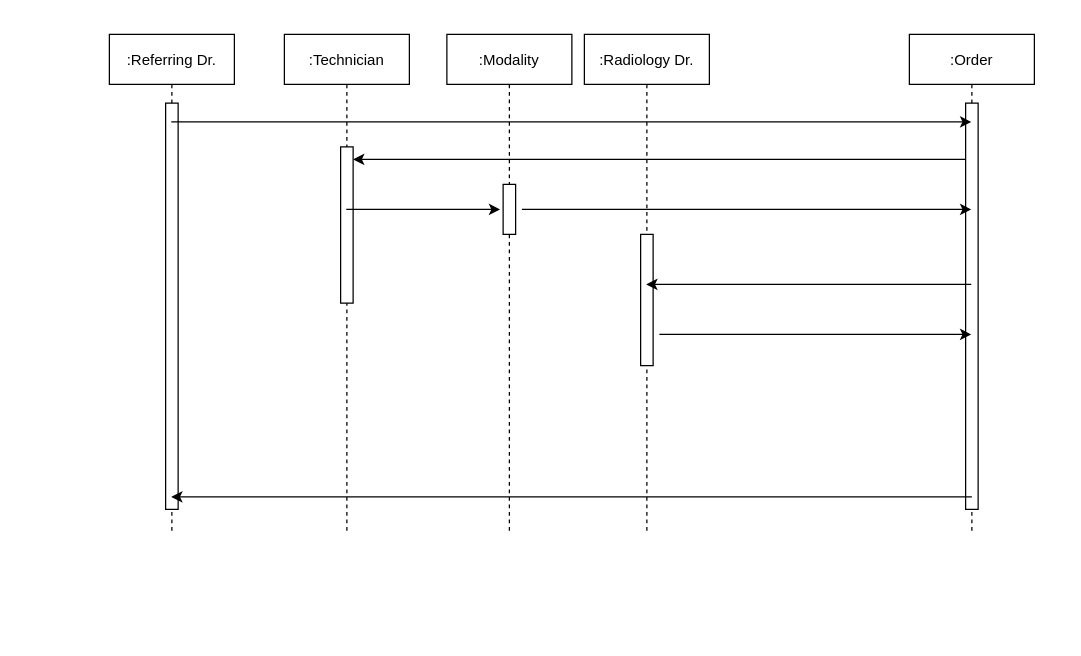
Earlier version of the draw.io diagram dev/Order_Flow.drawio (ajfurey/illustris). Source tidied: cells renumbered, new cells numbered last; positions are measured from the earlier drawing's top-left corner, leaving out a move shared by most shapes. Both pictures are drawn from the tidied source at 125%, with x=0, y=0 at pixel (109, 34).
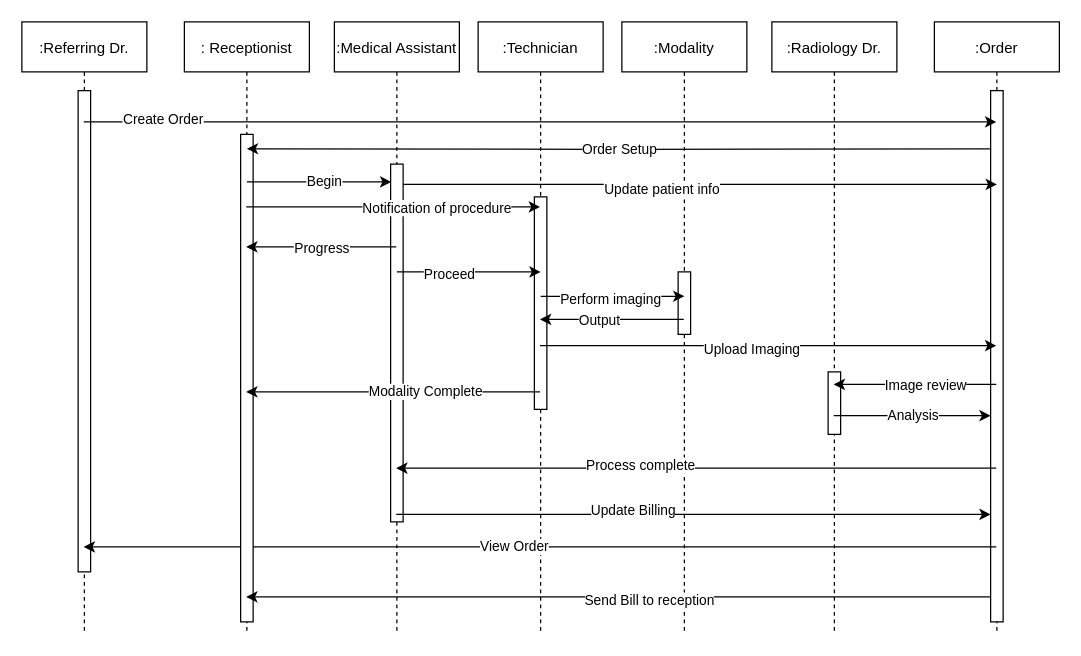
After the change.

The change refers to these unchanged cells:
```xml
<mxCell id="17" style="endArrow=classic;html=1;" parent="1" edge="1" source="2" target="4">
  <mxGeometry relative="1" as="geometry">
    <Array as="points">
      <mxPoint x="370" y="70" />
    </Array>
  </mxGeometry>
</mxCell>
```

Diff of the diagram source:
```diff
@@
     <mxCell id="2" value=":Referring Dr." style="shape=umlLifeline;perimeter=lifelinePerimeter;rounded=0;shadow=0;strokeWidth=1;" parent="1" vertex="1">
-      <mxGeometry width="100" height="400" as="geometry" />
+      <mxGeometry x="-70" y="-10" width="100" height="490" as="geometry" />
     </mxCell>
     <mxCell id="3" style="perimeter=orthogonalPerimeter;rounded=0;shadow=0;strokeWidth=1;" parent="2" vertex="1">
-      <mxGeometry x="45" y="55" width="10" height="325" as="geometry" />
+      <mxGeometry x="45" y="55" width="10" height="385" as="geometry" />
     </mxCell>
     <mxCell id="4" value=":Order" style="shape=umlLifeline;perimeter=lifelinePerimeter;rounded=0;shadow=0;strokeWidth=1;" parent="1" vertex="1">
-      <mxGeometry x="640" width="100" height="400" as="geometry" />
+      <mxGeometry x="660" y="-10" width="100" height="490" as="geometry" />
     </mxCell>
     <mxCell id="5" style="points=[];perimeter=orthogonalPerimeter;rounded=0;shadow=0;strokeWidth=1;" parent="4" vertex="1">
-      <mxGeometry x="45" y="55" width="10" height="325" as="geometry" />
+      <mxGeometry x="45" y="55" width="10" height="425" as="geometry" />
     </mxCell>
     <mxCell id="6" value=":Radiology Dr." style="shape=umlLifeline;perimeter=lifelinePerimeter;rounded=0;shadow=0;strokeWidth=1;" parent="1" vertex="1">
-      <mxGeometry x="380" width="100" height="400" as="geometry" />
+      <mxGeometry x="530" y="-10" width="100" height="490" as="geometry" />
     </mxCell>
     <mxCell id="7" style="perimeter=orthogonalPerimeter;rounded=0;shadow=0;strokeWidth=1;" parent="6" vertex="1">
-      <mxGeometry x="45" y="160" width="10" height="105" as="geometry" />
+      <mxGeometry x="45" y="280" width="10" height="50" as="geometry" />
     </mxCell>
     <mxCell id="8" value=":Technician" style="shape=umlLifeline;perimeter=lifelinePerimeter;rounded=0;shadow=0;strokeWidth=1;" parent="1" vertex="1">
-      <mxGeometry x="140" width="100" height="400" as="geometry" />
+      <mxGeometry x="295" y="-10" width="100" height="490" as="geometry" />
     </mxCell>
     <mxCell id="9" style="perimeter=orthogonalPerimeter;rounded=0;shadow=0;strokeWidth=1;" parent="8" vertex="1">
-      <mxGeometry x="45" y="90" width="10" height="125" as="geometry" />
+      <mxGeometry x="45" y="140" width="10" height="170" as="geometry" />
     </mxCell>
-    <mxCell id="10" style="endArrow=classic;html=1;" parent="1" edge="1" target="2">
+    <mxCell id="10" style="endArrow=classic;html=1;" parent="1" edge="1" source="4" target="2">
       <mxGeometry relative="1" as="geometry">
-        <mxPoint x="690" y="370" as="sourcePoint" />
+        <Array as="points">
+          <mxPoint x="40" y="410" />
+        </Array>
       </mxGeometry>
     </mxCell>
-    <mxCell id="11" style="endArrow=classic;html=1;" parent="1" edge="1">
-      <mxGeometry relative="1" as="geometry">
-        <mxPoint x="685" y="100" as="sourcePoint" />
-        <mxPoint x="195" y="100" as="targetPoint" />
-      </mxGeometry>
-    </mxCell>
+    <mxCell id="19" value="View Order" style="edgeLabel;html=1;align=center;verticalAlign=middle;" parent="10" vertex="1">
+      <mxGeometry x="0.06" y="-1" relative="1" as="geometry">
+        <mxPoint x="1" as="offset" />
+      </mxGeometry>
+    </mxCell>
     <mxCell id="12" value=":Modality" style="shape=umlLifeline;perimeter=lifelinePerimeter;rounded=0;shadow=0;strokeWidth=1;" parent="1" vertex="1">
-      <mxGeometry x="270" width="100" height="400" as="geometry" />
+      <mxGeometry x="410" y="-10" width="100" height="490" as="geometry" />
     </mxCell>
     <mxCell id="13" style="perimeter=orthogonalPerimeter;rounded=0;shadow=0;strokeWidth=1;" parent="12" vertex="1">
-      <mxGeometry x="45" y="120" width="10" height="40" as="geometry" />
+      <mxGeometry x="45" y="200" width="10" height="50" as="geometry" />
     </mxCell>
-    <mxCell id="14" style="endArrow=classic;html=1;entryX=-0.24;entryY=0.235;entryDx=0;entryDy=0;entryPerimeter=0;" parent="1" edge="1">
-      <mxGeometry relative="1" as="geometry">
-        <mxPoint x="189.5" y="140" as="sourcePoint" />
-        <mxPoint x="312.6" y="140" as="targetPoint" />
-      </mxGeometry>
-    </mxCell>
-    <mxCell id="15" style="endArrow=classic;html=1;" parent="1" edge="1" target="4">
-      <mxGeometry relative="1" as="geometry">
-        <mxPoint x="330" y="140" as="sourcePoint" />
-      </mxGeometry>
-    </mxCell>
-    <mxCell id="16" style="endArrow=classic;html=1;" parent="1" edge="1" source="4" target="6">
-      <mxGeometry relative="1" as="geometry" />
+    <mxCell id="16" style="endArrow=classic;html=1;" parent="1" edge="1">
+      <mxGeometry relative="1" as="geometry">
+        <mxPoint x="709.5" y="280" as="sourcePoint" />
+        <mxPoint x="579.5" y="280" as="targetPoint" />
+      </mxGeometry>
     </mxCell>
+    <mxCell id="20" value="Image review" style="edgeLabel;html=1;align=center;verticalAlign=middle;" parent="16" vertex="1">
+      <mxGeometry x="-0.13" relative="1" as="geometry" />
+    </mxCell>
@@
-    <mxCell id="18" style="endArrow=classic;html=1;" parent="1" edge="1" target="4">
-      <mxGeometry relative="1" as="geometry">
-        <mxPoint x="440" y="240" as="sourcePoint" />
-      </mxGeometry>
-    </mxCell>
+    <mxCell id="21" value="Create Order" style="edgeLabel;html=1;align=center;verticalAlign=middle;" parent="17" vertex="1">
+      <mxGeometry x="-0.83" y="3" relative="1" as="geometry">
+        <mxPoint x="1" as="offset" />
+      </mxGeometry>
+    </mxCell>
+    <mxCell id="22" value=": Receptionist" style="shape=umlLifeline;perimeter=lifelinePerimeter;rounded=0;shadow=0;strokeWidth=1;" parent="1" vertex="1">
+      <mxGeometry x="60" y="-10" width="100" height="490" as="geometry" />
+    </mxCell>
+    <mxCell id="23" style="perimeter=orthogonalPerimeter;rounded=0;shadow=0;strokeWidth=1;" parent="22" vertex="1">
+      <mxGeometry x="45" y="90" width="10" height="390" as="geometry" />
+    </mxCell>
+    <mxCell id="24" value="Order Setup" style="endArrow=classic;html=1;" parent="1" edge="1">
+      <mxGeometry relative="1" as="geometry">
+        <mxPoint x="705.5" y="91.5" as="sourcePoint" />
+        <mxPoint x="110" y="91.5" as="targetPoint" />
+        <Array as="points">
+          <mxPoint x="410" y="92" />
+        </Array>
+      </mxGeometry>
+    </mxCell>
+    <mxCell id="25" style="endArrow=classic;html=1;" parent="1" edge="1">
+      <mxGeometry relative="1" as="geometry">
+        <mxPoint x="110" y="118" as="sourcePoint" />
+        <mxPoint x="225.5" y="118" as="targetPoint" />
+        <Array as="points">
+          <mxPoint x="160" y="118" />
+        </Array>
+      </mxGeometry>
+    </mxCell>
+    <mxCell id="26" value="Begin" style="edgeLabel;html=1;align=center;verticalAlign=middle;" parent="25" vertex="1">
+      <mxGeometry x="0.06" y="1" relative="1" as="geometry" />
+    </mxCell>
+    <mxCell id="27" style="endArrow=classic;html=1;" parent="1" edge="1">
+      <mxGeometry relative="1" as="geometry">
+        <mxPoint x="230" y="120" as="sourcePoint" />
+        <mxPoint x="710" y="120" as="targetPoint" />
+      </mxGeometry>
+    </mxCell>
+    <mxCell id="28" value="Update patient info" style="edgeLabel;html=1;align=center;verticalAlign=middle;" parent="27" vertex="1">
+      <mxGeometry x="-0.12" y="-3" relative="1" as="geometry" />
+    </mxCell>
+    <mxCell id="29" value=":Medical Assistant" style="shape=umlLifeline;perimeter=lifelinePerimeter;rounded=0;shadow=0;strokeWidth=1;" parent="1" vertex="1">
+      <mxGeometry x="180" y="-10" width="100" height="490" as="geometry" />
+    </mxCell>
+    <mxCell id="30" style="perimeter=orthogonalPerimeter;rounded=0;shadow=0;strokeWidth=1;" parent="29" vertex="1">
+      <mxGeometry x="45" y="113.8" width="10" height="286.2" as="geometry" />
+    </mxCell>
+    <mxCell id="31" style="endArrow=classic;html=1;" parent="1" edge="1" source="5" target="22">
+      <mxGeometry relative="1" as="geometry">
+        <Array as="points">
+          <mxPoint x="410" y="450" />
+        </Array>
+      </mxGeometry>
+    </mxCell>
+    <mxCell id="32" value="Send Bill to reception" style="edgeLabel;html=1;align=center;verticalAlign=middle;" parent="31" vertex="1">
+      <mxGeometry x="-0.08" y="2" relative="1" as="geometry" />
+    </mxCell>
+    <mxCell id="33" style="endArrow=classic;html=1;edgeStyle=orthogonalEdgeStyle;curved=1;" parent="1" edge="1">
+      <mxGeometry relative="1" as="geometry">
+        <mxPoint x="229.5" y="170" as="sourcePoint" />
+        <mxPoint x="109.5" y="170" as="targetPoint" />
+      </mxGeometry>
+    </mxCell>
+    <mxCell id="34" value="Progress" style="edgeLabel;html=1;align=center;verticalAlign=middle;" parent="33" vertex="1">
+      <mxGeometry x="-0.24" y="-1" relative="1" as="geometry">
+        <mxPoint x="-14.5" y="1" as="offset" />
+      </mxGeometry>
+    </mxCell>
+    <mxCell id="35" style="endArrow=classic;html=1;" parent="1" edge="1">
+      <mxGeometry relative="1" as="geometry">
+        <mxPoint x="230" y="190" as="sourcePoint" />
+        <mxPoint x="345" y="190" as="targetPoint" />
+      </mxGeometry>
+    </mxCell>
+    <mxCell id="36" value="Proceed" style="edgeLabel;html=1;align=center;verticalAlign=middle;" parent="35" vertex="1">
+      <mxGeometry x="-0.3" y="-1" relative="1" as="geometry">
+        <mxPoint x="1" as="offset" />
+      </mxGeometry>
+    </mxCell>
+    <mxCell id="37" style="endArrow=classic;html=1;" parent="1" edge="1">
+      <mxGeometry relative="1" as="geometry">
+        <mxPoint x="345" y="209.5" as="sourcePoint" />
+        <mxPoint x="460" y="209.5" as="targetPoint" />
+        <Array as="points">
+          <mxPoint x="400.5" y="209.5" />
+        </Array>
+      </mxGeometry>
+    </mxCell>
+    <mxCell id="38" value="Perform imaging" style="edgeLabel;html=1;align=center;verticalAlign=middle;" parent="37" vertex="1">
+      <mxGeometry x="0.3" y="-2" relative="1" as="geometry">
+        <mxPoint x="-19.5" y="-0.5" as="offset" />
+      </mxGeometry>
+    </mxCell>
+    <mxCell id="39" style="endArrow=classic;html=1;" parent="1" edge="1">
+      <mxGeometry relative="1" as="geometry">
+        <mxPoint x="709.5" y="347" as="sourcePoint" />
+        <mxPoint x="229.5" y="347" as="targetPoint" />
+      </mxGeometry>
+    </mxCell>
+    <mxCell id="40" value="Process complete" style="edgeLabel;html=1;align=center;verticalAlign=middle;" parent="39" vertex="1">
+      <mxGeometry x="0.19" y="-3" relative="1" as="geometry">
+        <mxPoint x="1" as="offset" />
+      </mxGeometry>
+    </mxCell>
+    <mxCell id="41" style="endArrow=classic;html=1;" parent="1" edge="1">
+      <mxGeometry relative="1" as="geometry">
+        <mxPoint x="229.5" y="384" as="sourcePoint" />
+        <mxPoint x="705" y="384" as="targetPoint" />
+      </mxGeometry>
+    </mxCell>
+    <mxCell id="42" value="Update Billing" style="edgeLabel;html=1;align=center;verticalAlign=middle;" parent="41" vertex="1">
+      <mxGeometry x="-0.21" y="4" relative="1" as="geometry">
+        <mxPoint x="1" as="offset" />
+      </mxGeometry>
+    </mxCell>
+    <mxCell id="43" value="Analysis" style="endArrow=classic;html=1;" parent="1" edge="1" source="6">
+      <mxGeometry relative="1" as="geometry">
+        <mxPoint x="705" y="305" as="targetPoint" />
+      </mxGeometry>
+    </mxCell>
+    <mxCell id="44" style="endArrow=classic;html=1;" parent="1" edge="1">
+      <mxGeometry relative="1" as="geometry">
+        <mxPoint x="109.5" y="138" as="sourcePoint" />
+        <mxPoint x="344.5" y="138" as="targetPoint" />
+      </mxGeometry>
+    </mxCell>
+    <mxCell id="45" value="Notification of procedure" style="edgeLabel;html=1;align=center;verticalAlign=middle;" parent="44" vertex="1">
+      <mxGeometry x="0.29" relative="1" as="geometry" />
+    </mxCell>
+    <mxCell id="46" style="endArrow=classic;html=1;" parent="1" edge="1" source="12">
+      <mxGeometry relative="1" as="geometry">
+        <mxPoint x="344.5" y="228" as="targetPoint" />
+      </mxGeometry>
+    </mxCell>
+    <mxCell id="47" value="Output" style="edgeLabel;html=1;align=center;verticalAlign=middle;" parent="46" vertex="1">
+      <mxGeometry x="0.19" relative="1" as="geometry" />
+    </mxCell>
+    <mxCell id="48" style="endArrow=classic;html=1;" parent="1" edge="1">
+      <mxGeometry relative="1" as="geometry">
+        <mxPoint x="344.5" y="249" as="sourcePoint" />
+        <mxPoint x="709.5" y="249" as="targetPoint" />
+      </mxGeometry>
+    </mxCell>
+    <mxCell id="49" value="Upload Imaging" style="edgeLabel;html=1;align=center;verticalAlign=middle;" parent="48" vertex="1">
+      <mxGeometry x="-0.08" y="-2" relative="1" as="geometry">
+        <mxPoint x="1" as="offset" />
+      </mxGeometry>
+    </mxCell>
+    <mxCell id="50" style="endArrow=classic;html=1;" parent="1" edge="1" source="8">
+      <mxGeometry relative="1" as="geometry">
+        <mxPoint x="109.5" y="286" as="targetPoint" />
+      </mxGeometry>
+    </mxCell>
+    <mxCell id="51" value="Modality Complete" style="edgeLabel;html=1;align=center;verticalAlign=middle;" parent="50" vertex="1">
+      <mxGeometry x="-0.22" y="-1" relative="1" as="geometry" />
+    </mxCell>
```
